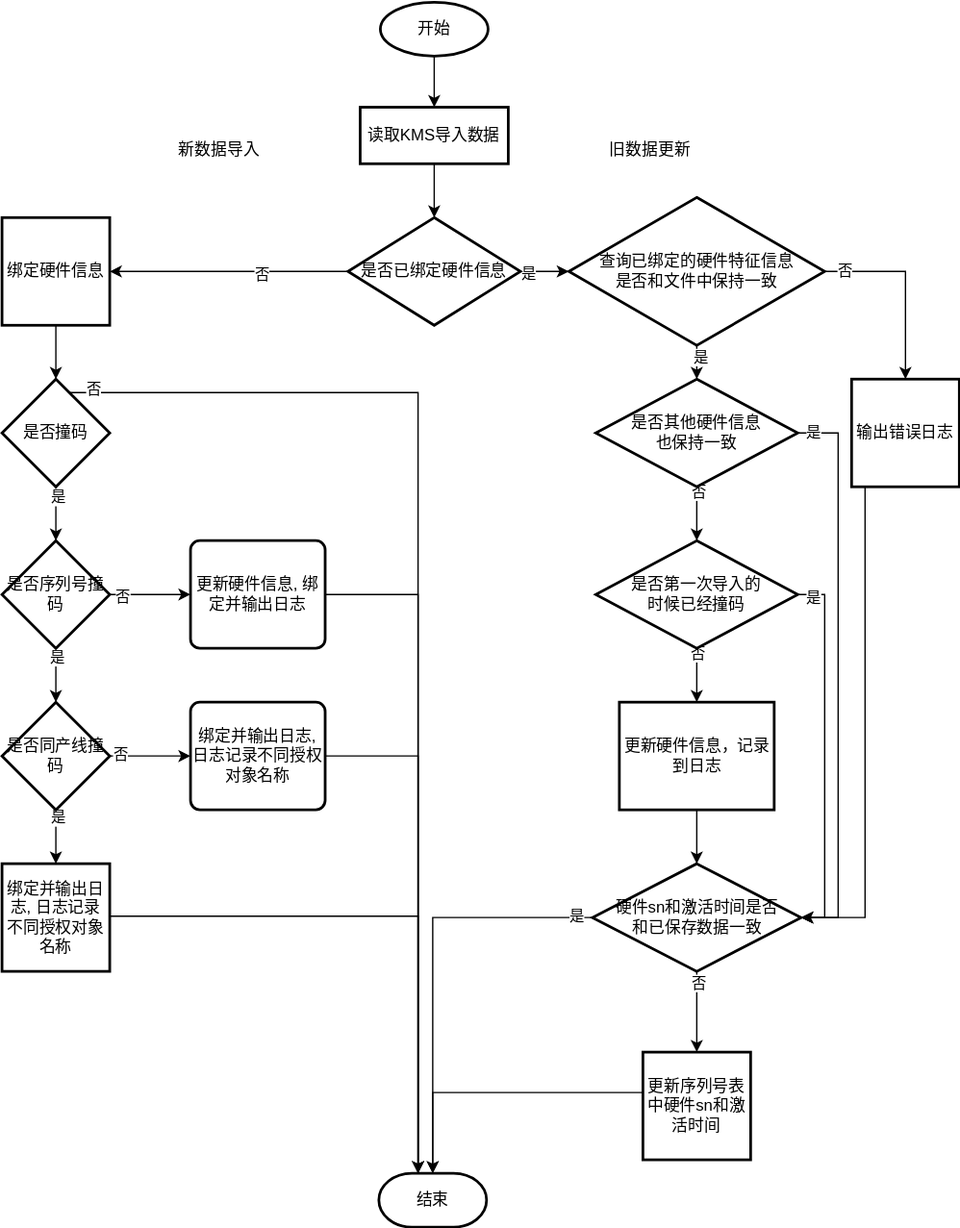
Earlier version of the draw.io export 导入处理逻辑梳理.svg (gaozk/test). Source tidied: cells renumbered, new cells last; positions are measured from the earlier drawing's top-left corner, leaving out a move shared by most shapes.
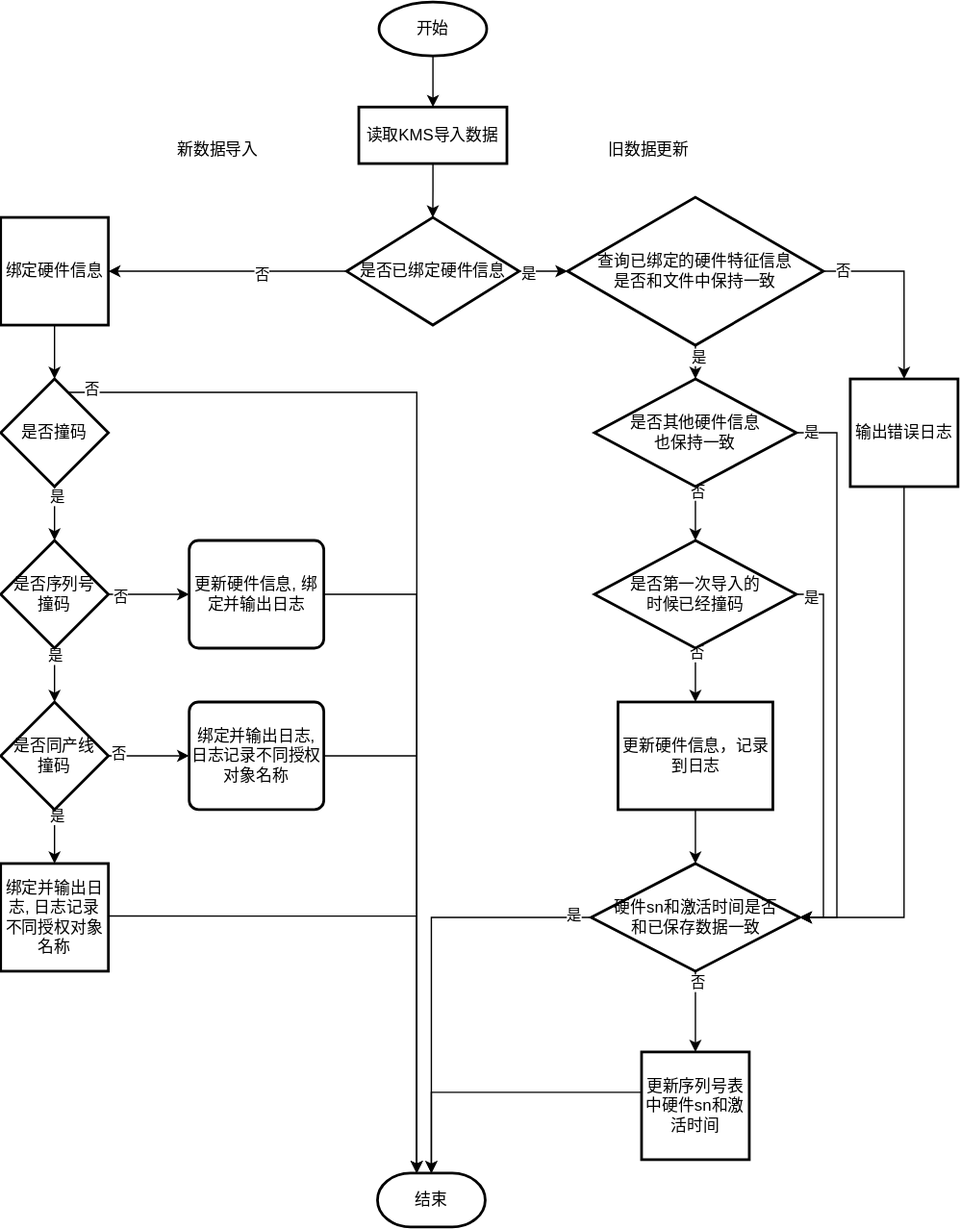
Above is the later version.

Commit message:
更新导入处理逻辑梳理.svg

The edit, as a diff of the source:
```diff
@@ -68,7 +68,7 @@
     <mxCell id="21" value="否" style="edgeLabel;html=1;align=center;verticalAlign=middle;" parent="20" vertex="1">
       <mxGeometry x="-0.71" y="-1" relative="1" as="geometry" />
     </mxCell>
-    <mxCell id="22" value="是否序列号撞码" style="rhombus;whiteSpace=wrap;html=1;strokeWidth=2;" parent="1" vertex="1">
+    <mxCell id="22" value="是否序列号&lt;br&gt;撞码" style="rhombus;whiteSpace=wrap;html=1;strokeWidth=2;" parent="1" vertex="1">
       <mxGeometry y="400" width="80" height="80" as="geometry" />
     </mxCell>
     <mxCell id="23" style="edgeStyle=orthogonalEdgeStyle;rounded=0;jettySize=auto;html=1;" parent="1" edge="1" source="27" target="29">
@@ -83,7 +83,7 @@
     <mxCell id="26" value="否" style="edgeLabel;html=1;align=center;verticalAlign=middle;" parent="25" vertex="1">
       <mxGeometry x="-0.77" y="2" relative="1" as="geometry" />
     </mxCell>
-    <mxCell id="27" value="是否同产线撞码" style="strokeWidth=2;html=1;shape=mxgraph.flowchart.decision;whiteSpace=wrap;" parent="1" vertex="1">
+    <mxCell id="27" value="是否同产线&lt;br&gt;撞码" style="strokeWidth=2;html=1;shape=mxgraph.flowchart.decision;whiteSpace=wrap;" parent="1" vertex="1">
       <mxGeometry y="520" width="80" height="80" as="geometry" />
     </mxCell>
     <mxCell id="28" style="edgeStyle=orthogonalEdgeStyle;rounded=0;orthogonalLoop=1;jettySize=auto;html=1;" parent="1" edge="1">
@@ -163,7 +163,7 @@
     <mxCell id="45" style="edgeStyle=orthogonalEdgeStyle;rounded=0;jettySize=auto;html=1;entryX=1;entryY=0.5;entryDx=0;entryDy=0;entryPerimeter=0;" parent="1" edge="1" source="46" target="58">
       <mxGeometry relative="1" as="geometry">
         <Array as="points">
-          <mxPoint x="641" y="680" />
+          <mxPoint x="671" y="680" />
         </Array>
       </mxGeometry>
     </mxCell>
```
